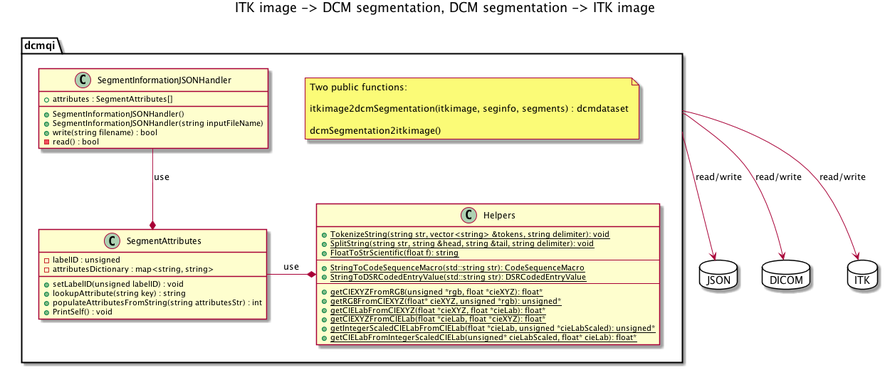
Above: Design/DICOMSegmentationConverter.png in QIICR/dcmqi (PlantUML), before the change.
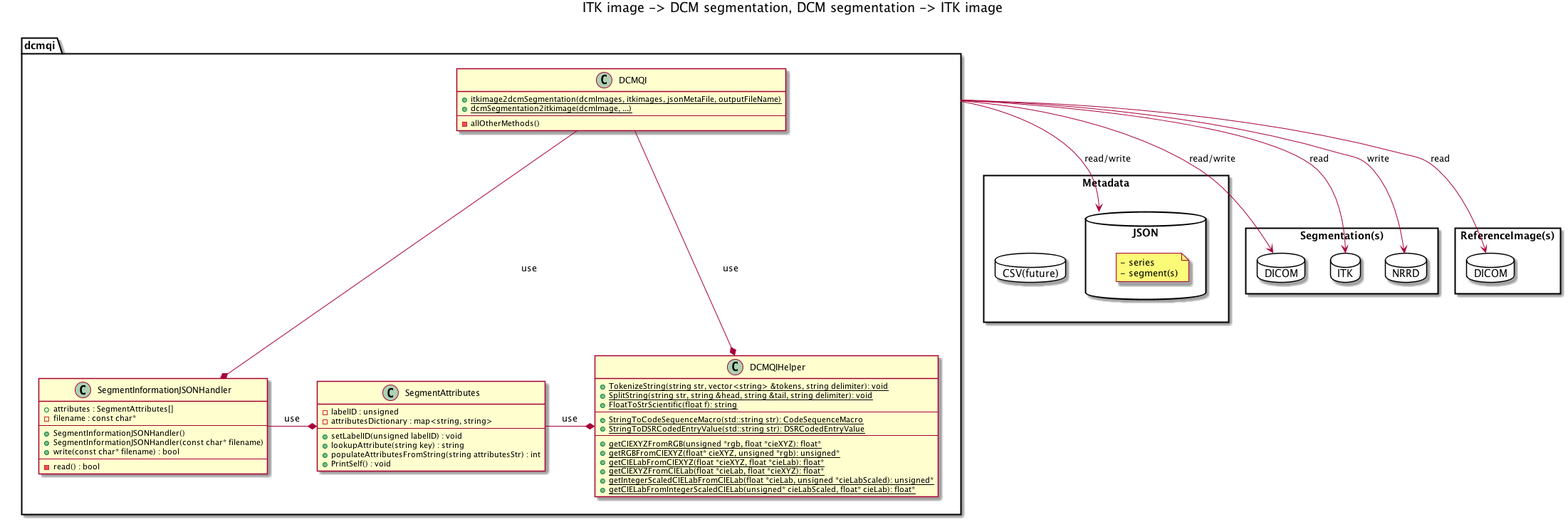
The same diagram one commit later.

Commit message:
ENH: Updated Design Document

Change to the diagram source:
```diff
@@ -2,36 +2,49 @@
 
 title ITK image -> DCM segmentation, DCM segmentation -> ITK image
 
-package JSON <<Database>> {
+package Metadata <<Rectangle>> {
+    package JSON <<Database>> {
+        note as metaNote
+          - series
+          - segment(s)
+        end note
+    }
+    package CSV(future) <<Database>> {
+    }
 }
 
-package DICOM <<Database>> {
+package Segmentation(s) <<Rectangle>>{
+    package NRRD <<Database>> {
+    }
+    package ITK <<Database>> {
+    }
+    package DICOM <<Database>>{
+    }
 }
 
-package ITK <<Database>> {
+package ReferenceImage(s) as ReferenceImage <<Rectangle>> {
+    package DICOM as DICOM1 <<Database>>{
+    }
 }
 
 package dcmqi {
 
-    note as dcmqiNote
-      Two public functions:
+    DCMQI ---* SegmentInformationJSONHandler: use
+    DCMQI ---* DCMQIHelper : use
 
-      itkimage2dcmSegmentation(itkimage, seginfo, segments) : dcmdataset
+    SegmentInformationJSONHandler -* SegmentAttributes : use
 
-      dcmSegmentation2itkimage()
-    end note
+    dcmqi -> JSON : read/write
+    dcmqi -> DICOM: read/write
+    dcmqi -> DICOM1: read
 
-    SegmentInformationJSONHandler --* SegmentAttributes : use
+    dcmqi -> ITK: read
+    dcmqi -> NRRD: write
 
-
-dcmqi -> JSON : read/write
-dcmqi -> DICOM: read/write
-dcmqi -> ITK: read/write
-
-    SegmentAttributes -*  Helpers : use
+    SegmentAttributes -*  DCMQIHelper : use
 }
 
-class Helpers {
+class DCMQIHelper {
     + {static} TokenizeString(string str, vector<string> &tokens, string delimiter): void
     + {static} SplitString(string str, string &head, string &tail, string delimiter): void
     + {static} FloatToStrScientific(float f): string
@@ -47,17 +60,28 @@
     + {static} getCIELabFromIntegerScaledCIELab(unsigned* cieLabScaled, float* cieLab): float*
 }
 
+class DCMQI {
+    + {static} itkimage2dcmSegmentation(dcmImages, itkimages, jsonMetaFile, outputFileName)
+    + {static} dcmSegmentation2itkimage(dcmImage, ...)
+---
+    - allOtherMethods()
+}
+
 class SegmentInformationJSONHandler {
     + attributes : SegmentAttributes[]
+    - filename : const char*
+---
     + SegmentInformationJSONHandler()
-    + SegmentInformationJSONHandler(string inputFileName)
-    + write(string filename) : bool
+    + SegmentInformationJSONHandler(const char* filename)
+    + write(const char* filename) : bool
+---
     - read() : bool
 }
 
 class SegmentAttributes {
     - labelID : unsigned
     - attributesDictionary : map<string, string>
+---
     + setLabelID(unsigned labelID) : void
     + lookupAttribute(string key) : string
     + populateAttributesFromString(string attributesStr) : int
```
